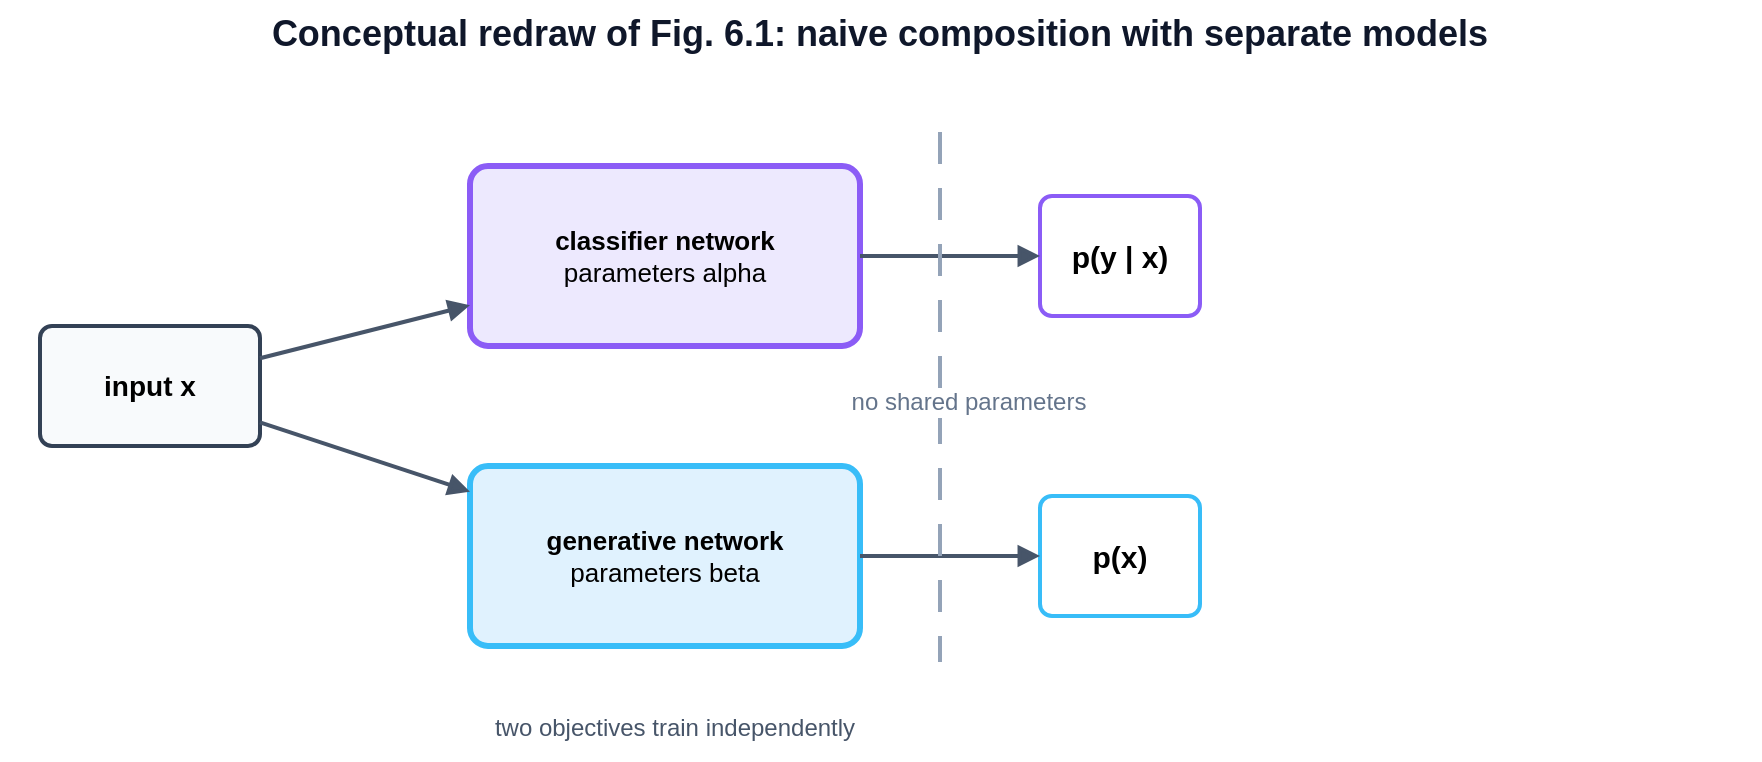
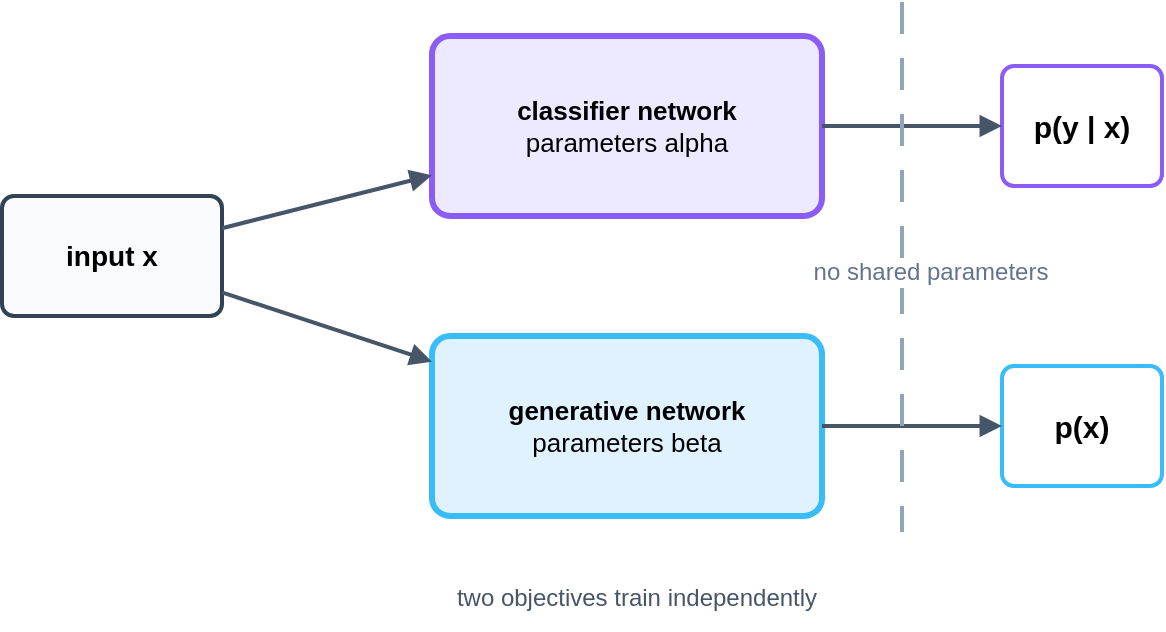
<mxfile host="app.diagrams.net" agent="Codex">
  <diagram id="fig_6_1_naive_separate_models" name="fig_6_1_naive_separate_models">
-     <mxGraphModel dx="838" dy="514" grid="1" gridSize="10" guides="1" tooltips="1" connect="1" arrows="1" fold="1" page="1" pageScale="1" pageWidth="980" pageHeight="440" math="0" shadow="0">
+     <mxGraphModel dx="1006" dy="617" grid="1" gridSize="10" guides="1" tooltips="1" connect="1" arrows="1" fold="1" page="1" pageScale="1" pageWidth="980" pageHeight="440" math="0" shadow="0">
      <root>
        <mxCell id="0" />
        <mxCell id="1" parent="0" />
-         <mxCell id="c3" parent="1" style="text;html=1;strokeColor=none;fillColor=none;align=center;verticalAlign=middle;whiteSpace=wrap;rounded=0;fontSize=18;fontStyle=1;fontColor=#0f172a;" value="Conceptual redraw of Fig. 6.1: naive composition with separate models" vertex="1">
-           <mxGeometry height="34" width="880" x="50" y="22" as="geometry" />
-         </mxCell>
        <mxCell id="c4" parent="1" style="rounded=1;whiteSpace=wrap;html=1;arcSize=10;fillColor=#f8fafc;strokeColor=#334155;strokeWidth=2;fontSize=14;fontStyle=1;" value="input x" vertex="1">
          <mxGeometry height="60" width="110" x="70" y="185" as="geometry" />
        </mxCell>
        <mxCell id="c5" parent="1" style="rounded=1;whiteSpace=wrap;html=1;arcSize=10;fillColor=#ede9fe;strokeColor=#8b5cf6;strokeWidth=3;fontSize=13;" value="&lt;b&gt;classifier network&lt;br&gt;&lt;/b&gt;parameters alpha" vertex="1">
          <mxGeometry height="90" width="195" x="285" y="105" as="geometry" />
        </mxCell>
        <mxCell id="c6" parent="1" style="rounded=1;whiteSpace=wrap;html=1;arcSize=10;fillColor=#e0f2fe;strokeColor=#38bdf8;strokeWidth=3;fontSize=13;" value="&lt;b&gt;generative network&lt;br&gt;&lt;/b&gt;parameters beta" vertex="1">
          <mxGeometry height="90" width="195" x="285" y="255" as="geometry" />
        </mxCell>
        <mxCell id="c7" parent="1" style="rounded=1;whiteSpace=wrap;html=1;arcSize=10;fillColor=#ffffff;strokeColor=#8b5cf6;strokeWidth=2;fontSize=13;" value="&lt;b&gt;&lt;font style=&quot;font-size: 15px;&quot;&gt;p(y | x)&lt;/font&gt;&lt;/b&gt;" vertex="1">
          <mxGeometry height="60" width="80" x="570" y="120" as="geometry" />
        </mxCell>
        <mxCell id="c8" parent="1" style="rounded=1;whiteSpace=wrap;html=1;arcSize=10;fillColor=#ffffff;strokeColor=#38BDF8;strokeWidth=2;fontSize=13;" value="&lt;font style=&quot;font-size: 15px;&quot;&gt;&lt;b&gt;p(x)&lt;/b&gt;&lt;/font&gt;" vertex="1">
          <mxGeometry height="60" width="80" x="570" y="270" as="geometry" />
        </mxCell>
        <mxCell id="c10" edge="1" parent="1" source="c4" style="endArrow=block;html=1;rounded=1;strokeWidth=2;strokeColor=#475569;fontSize=12;fontColor=#334155;" target="c5" value="">
          <mxGeometry relative="1" as="geometry" />
        </mxCell>
        <mxCell id="c11" edge="1" parent="1" source="c4" style="endArrow=block;html=1;rounded=1;strokeWidth=2;strokeColor=#475569;fontSize=12;fontColor=#334155;" target="c6" value="">
          <mxGeometry relative="1" as="geometry" />
        </mxCell>
        <mxCell id="c12" edge="1" parent="1" source="c5" style="endArrow=block;html=1;rounded=1;strokeWidth=2;strokeColor=#475569;fontSize=12;fontColor=#334155;" value="">
          <mxGeometry relative="1" as="geometry">
            <mxPoint x="570" y="150" as="targetPoint" />
          </mxGeometry>
        </mxCell>
        <mxCell id="c13" edge="1" parent="1" source="c6" style="endArrow=block;html=1;rounded=1;strokeWidth=2;strokeColor=#475569;fontSize=12;fontColor=#334155;" target="c8" value="">
          <mxGeometry relative="1" as="geometry">
            <Array as="points">
              <mxPoint x="570" y="300" />
            </Array>
          </mxGeometry>
        </mxCell>
        <mxCell id="c16" edge="1" parent="1" style="endArrow=none;html=1;rounded=0;strokeWidth=2;strokeColor=#94a3b8;dashed=1;dashPattern=8 6;fontSize=12;fontColor=#64748b;" value="no shared parameters">
          <mxGeometry relative="1" x="0.0189" y="14" as="geometry">
            <mxPoint as="offset" />
            <mxPoint x="520" y="88" as="sourcePoint" />
            <mxPoint x="520" y="353" as="targetPoint" />
          </mxGeometry>
        </mxCell>
        <mxCell id="c17" parent="1" style="text;html=1;strokeColor=none;fillColor=none;align=center;verticalAlign=middle;whiteSpace=wrap;rounded=0;fontSize=12;fontColor=#475569;" value="two objectives train independently" vertex="1">
          <mxGeometry height="32" width="245" x="265" y="370" as="geometry" />
        </mxCell>
      </root>
    </mxGraphModel>
  </diagram>
</mxfile>
